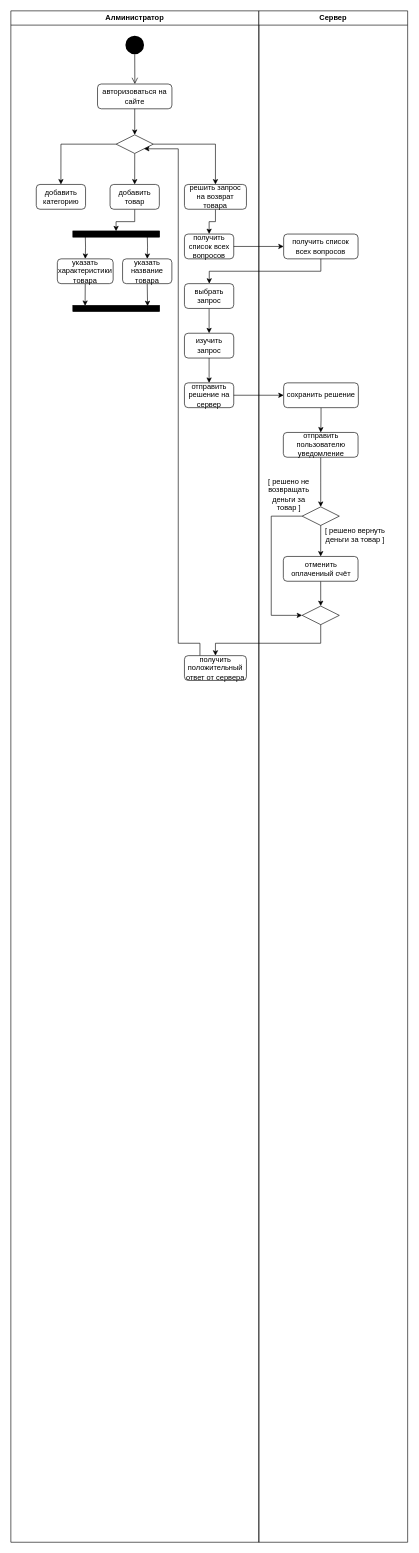
Above: activity_2.drawio in randomunrandom/MSS (draw.io), before the change. Source tidied: cells renumbered, new cells numbered last; positions are measured from the earlier drawing's top-left corner, leaving out a move shared by most shapes. Both pictures are drawn from the tidied source at 62%, with x=0, y=0 at pixel (11, 11).
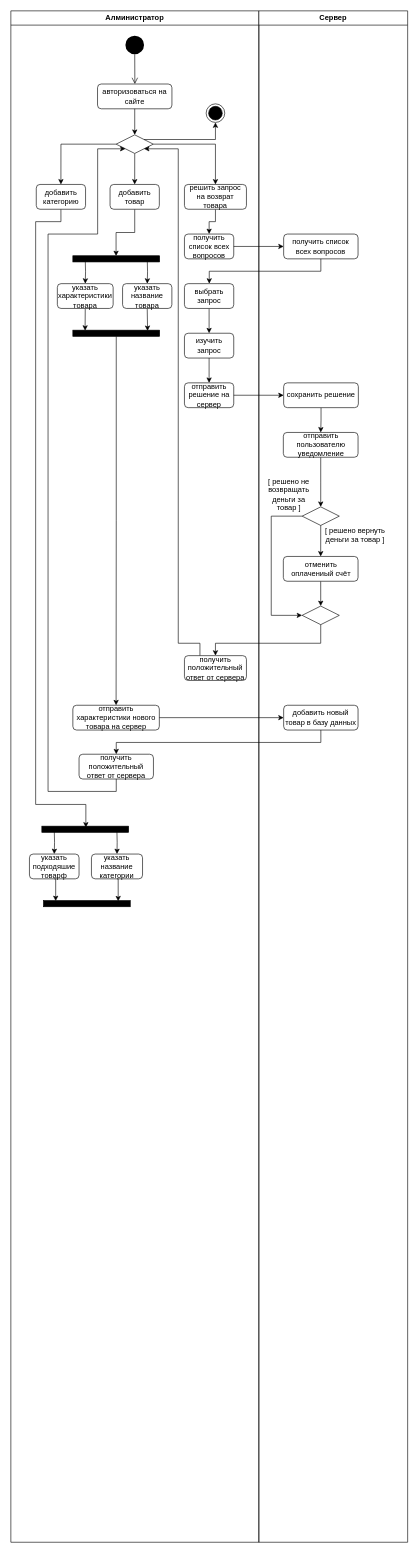
After the change.

Unchanged cells that the change refers to:
```xml
<mxCell id="2" value="Алминистратор" style="swimlane;whiteSpace=wrap;" parent="1" vertex="1">
  <mxGeometry width="400" height="2470" as="geometry" />
</mxCell>
<mxCell id="9" style="rhombus;whiteSpace=wrap;html=1;strokeColor=#000000;strokeWidth=1;fillColor=#FFFFFF;" parent="2" vertex="1">
  <mxGeometry x="169.8" y="200" width="60" height="30" as="geometry" />
</mxCell>
<mxCell id="13" value="добавить категорию" style="rounded=1;whiteSpace=wrap;html=1;fontFamily=Helvetica;fontSize=12;fontColor=#000000;align=center;strokeColor=#000000;fillColor=#ffffff;" parent="2" vertex="1">
  <mxGeometry x="41" y="280" width="79.5" height="40" as="geometry" />
</mxCell>
<mxCell id="32" value="Сервер" style="swimlane;whiteSpace=wrap;" parent="1" vertex="1">
  <mxGeometry x="400" width="240" height="2470" as="geometry" />
</mxCell>
```

The edit, as a diff of the source:
```diff
@@
+    <mxCell id="51" style="edgeStyle=orthogonalEdgeStyle;rounded=0;jettySize=auto;html=1;exitX=0.5;exitY=1;exitDx=0;exitDy=0;entryX=0.217;entryY=0.493;entryDx=0;entryDy=0;entryPerimeter=0;" parent="2" edge="1" source="13" target="58">
+      <mxGeometry relative="1" as="geometry">
+        <Array as="points">
+          <mxPoint x="81" y="340" />
+          <mxPoint x="40" y="340" />
+          <mxPoint x="40" y="1280" />
+          <mxPoint x="121" y="1280" />
+        </Array>
+      </mxGeometry>
+    </mxCell>
@@
     <mxCell id="24" style="html=1;points=[];perimeter=orthogonalPerimeter;rotation=90;fillColor=#000000;" parent="2" vertex="1">
-      <mxGeometry x="165" y="290" width="10" height="140" as="geometry" />
+      <mxGeometry x="165" y="330" width="10" height="140" as="geometry" />
     </mxCell>
     <mxCell id="25" style="edgeStyle=orthogonalEdgeStyle;rounded=0;jettySize=auto;html=1;" parent="2" edge="1" target="27">
       <mxGeometry relative="1" as="geometry">
-        <mxPoint x="220" y="360" as="sourcePoint" />
+        <mxPoint x="220" y="400" as="sourcePoint" />
       </mxGeometry>
     </mxCell>
@@
     <mxCell id="27" value="указать название товара" style="rounded=1;whiteSpace=wrap;html=1;fontFamily=Helvetica;fontSize=12;fontColor=#000000;align=center;strokeColor=#000000;fillColor=#ffffff;" parent="2" vertex="1">
-      <mxGeometry x="180.2" y="400" width="79.5" height="40" as="geometry" />
+      <mxGeometry x="180.2" y="440" width="79.5" height="40" as="geometry" />
     </mxCell>
     <mxCell id="28" style="edgeStyle=orthogonalEdgeStyle;rounded=0;jettySize=auto;html=1;" parent="2" edge="1" target="30">
       <mxGeometry relative="1" as="geometry">
-        <mxPoint x="120" y="360" as="sourcePoint" />
+        <mxPoint x="120" y="400" as="sourcePoint" />
       </mxGeometry>
     </mxCell>
@@
     <mxCell id="30" value="указать характеристики товара" style="rounded=1;whiteSpace=wrap;html=1;fontFamily=Helvetica;fontSize=12;fontColor=#000000;align=center;strokeColor=#000000;fillColor=#ffffff;" parent="2" vertex="1">
-      <mxGeometry x="75" y="400" width="90" height="40" as="geometry" />
+      <mxGeometry x="75" y="440" width="90" height="40" as="geometry" />
     </mxCell>
+    <mxCell id="52" style="edgeStyle=orthogonalEdgeStyle;rounded=0;jettySize=auto;html=1;entryX=0.5;entryY=0;entryDx=0;entryDy=0;" parent="2" edge="1" source="31" target="53">
+      <mxGeometry relative="1" as="geometry" />
+    </mxCell>
     <mxCell id="31" style="html=1;points=[];perimeter=orthogonalPerimeter;rotation=90;fillColor=#000000;" parent="2" vertex="1">
-      <mxGeometry x="165" y="410" width="10" height="140" as="geometry" />
+      <mxGeometry x="165" y="450" width="10" height="140" as="geometry" />
     </mxCell>
+    <mxCell id="53" value="отправить характеристики нового товара на сервер" style="rounded=1;whiteSpace=wrap;html=1;fontFamily=Helvetica;fontSize=12;fontColor=#000000;align=center;strokeColor=#000000;fillColor=#ffffff;" parent="2" vertex="1">
+      <mxGeometry x="100" y="1120" width="139.5" height="40" as="geometry" />
+    </mxCell>
+    <mxCell id="54" style="edgeStyle=orthogonalEdgeStyle;rounded=0;jettySize=auto;html=1;exitX=0.5;exitY=1;exitDx=0;exitDy=0;entryX=0;entryY=1;entryDx=0;entryDy=0;" parent="2" edge="1" source="55" target="9">
+      <mxGeometry relative="1" as="geometry">
+        <Array as="points">
+          <mxPoint x="170" y="1259" />
+          <mxPoint x="60" y="1259" />
+          <mxPoint x="60" y="360" />
+          <mxPoint x="140" y="360" />
+          <mxPoint x="140" y="222" />
+        </Array>
+      </mxGeometry>
+    </mxCell>
+    <mxCell id="55" value="получить положительный ответ от сервера" style="rounded=1;whiteSpace=wrap;html=1;fontFamily=Helvetica;fontSize=12;fontColor=#000000;align=center;strokeColor=#000000;fillColor=#ffffff;" parent="2" vertex="1">
+      <mxGeometry x="110" y="1199" width="120" height="40" as="geometry" />
+    </mxCell>
+    <mxCell id="56" style="ellipse;html=1;shape=endState;fillColor=#000000;strokeColor=#000000;" parent="2" vertex="1">
+      <mxGeometry x="315" y="150" width="30" height="30" as="geometry" />
+    </mxCell>
+    <mxCell id="57" style="edgeStyle=orthogonalEdgeStyle;rounded=0;jettySize=auto;html=1;exitX=1;exitY=0;exitDx=0;exitDy=0;entryX=0.5;entryY=1;entryDx=0;entryDy=0;" parent="2" edge="1" source="9" target="56">
+      <mxGeometry relative="1" as="geometry" />
+    </mxCell>
+    <mxCell id="58" style="html=1;points=[];perimeter=orthogonalPerimeter;rotation=90;fillColor=#000000;" parent="2" vertex="1">
+      <mxGeometry x="115" y="1250" width="10" height="140" as="geometry" />
+    </mxCell>
+    <mxCell id="59" style="edgeStyle=orthogonalEdgeStyle;rounded=0;jettySize=auto;html=1;" parent="2" edge="1" target="60">
+      <mxGeometry relative="1" as="geometry">
+        <mxPoint x="171" y="1320" as="sourcePoint" />
+      </mxGeometry>
+    </mxCell>
+    <mxCell id="60" value="указать название категории" style="rounded=1;whiteSpace=wrap;html=1;fontFamily=Helvetica;fontSize=12;fontColor=#000000;align=center;strokeColor=#000000;fillColor=#ffffff;" parent="2" vertex="1">
+      <mxGeometry x="130" y="1360" width="82.4" height="40" as="geometry" />
+    </mxCell>
+    <mxCell id="61" style="edgeStyle=orthogonalEdgeStyle;rounded=0;jettySize=auto;html=1;" parent="2" edge="1" target="62">
+      <mxGeometry relative="1" as="geometry">
+        <mxPoint x="70" y="1320" as="sourcePoint" />
+      </mxGeometry>
+    </mxCell>
+    <mxCell id="62" value="указать подходяшие товарф" style="rounded=1;whiteSpace=wrap;html=1;fontFamily=Helvetica;fontSize=12;fontColor=#000000;align=center;strokeColor=#000000;fillColor=#ffffff;" parent="2" vertex="1">
+      <mxGeometry x="30" y="1360" width="80" height="40" as="geometry" />
+    </mxCell>
+    <mxCell id="63" style="html=1;points=[];perimeter=orthogonalPerimeter;rotation=90;fillColor=#000000;" parent="2" vertex="1">
+      <mxGeometry x="117.6" y="1370" width="10" height="140" as="geometry" />
+    </mxCell>
+    <mxCell id="64" style="edgeStyle=orthogonalEdgeStyle;rounded=0;jettySize=auto;html=1;exitX=0.5;exitY=1;exitDx=0;exitDy=0;entryX=0.12;entryY=0.139;entryDx=0;entryDy=0;entryPerimeter=0;" parent="2" edge="1" source="60" target="63">
+      <mxGeometry relative="1" as="geometry" />
+    </mxCell>
+    <mxCell id="65" style="edgeStyle=orthogonalEdgeStyle;rounded=0;jettySize=auto;html=1;exitX=0.5;exitY=1;exitDx=0;exitDy=0;entryX=0.08;entryY=0.859;entryDx=0;entryDy=0;entryPerimeter=0;" parent="2" edge="1" source="62" target="63">
+      <mxGeometry relative="1" as="geometry" />
+    </mxCell>
@@
+    <mxCell id="66" value="добавить новый товар в базу данных" style="rounded=1;whiteSpace=wrap;html=1;fontFamily=Helvetica;fontSize=12;fontColor=#000000;align=center;strokeColor=#000000;fillColor=#ffffff;" parent="32" vertex="1">
+      <mxGeometry x="40" y="1120" width="120" height="40" as="geometry" />
+    </mxCell>
@@
+    <mxCell id="67" style="edgeStyle=orthogonalEdgeStyle;rounded=0;jettySize=auto;html=1;" parent="1" edge="1" source="53" target="66">
+      <mxGeometry relative="1" as="geometry" />
+    </mxCell>
+    <mxCell id="68" style="edgeStyle=orthogonalEdgeStyle;rounded=0;jettySize=auto;html=1;" parent="1" edge="1" source="66" target="55">
+      <mxGeometry relative="1" as="geometry">
+        <Array as="points">
+          <mxPoint x="500" y="1180" />
+          <mxPoint x="170" y="1180" />
+        </Array>
+      </mxGeometry>
+    </mxCell>
```
